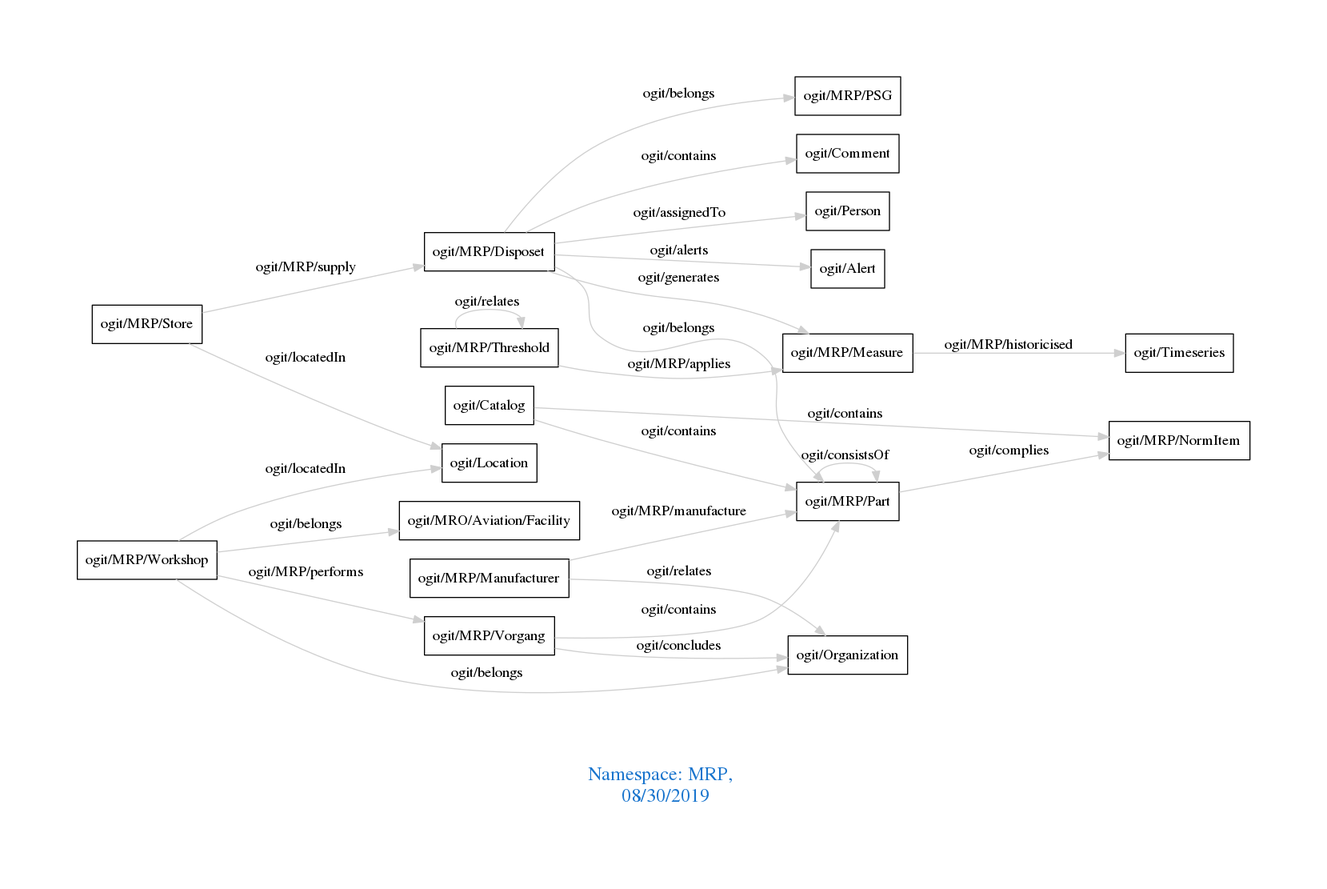
arago/OGIT keeps this Graphviz diagram as downloads/MRP.png. Above is the earlier version. Its source is kept beside it as downloads/MRP.dot.
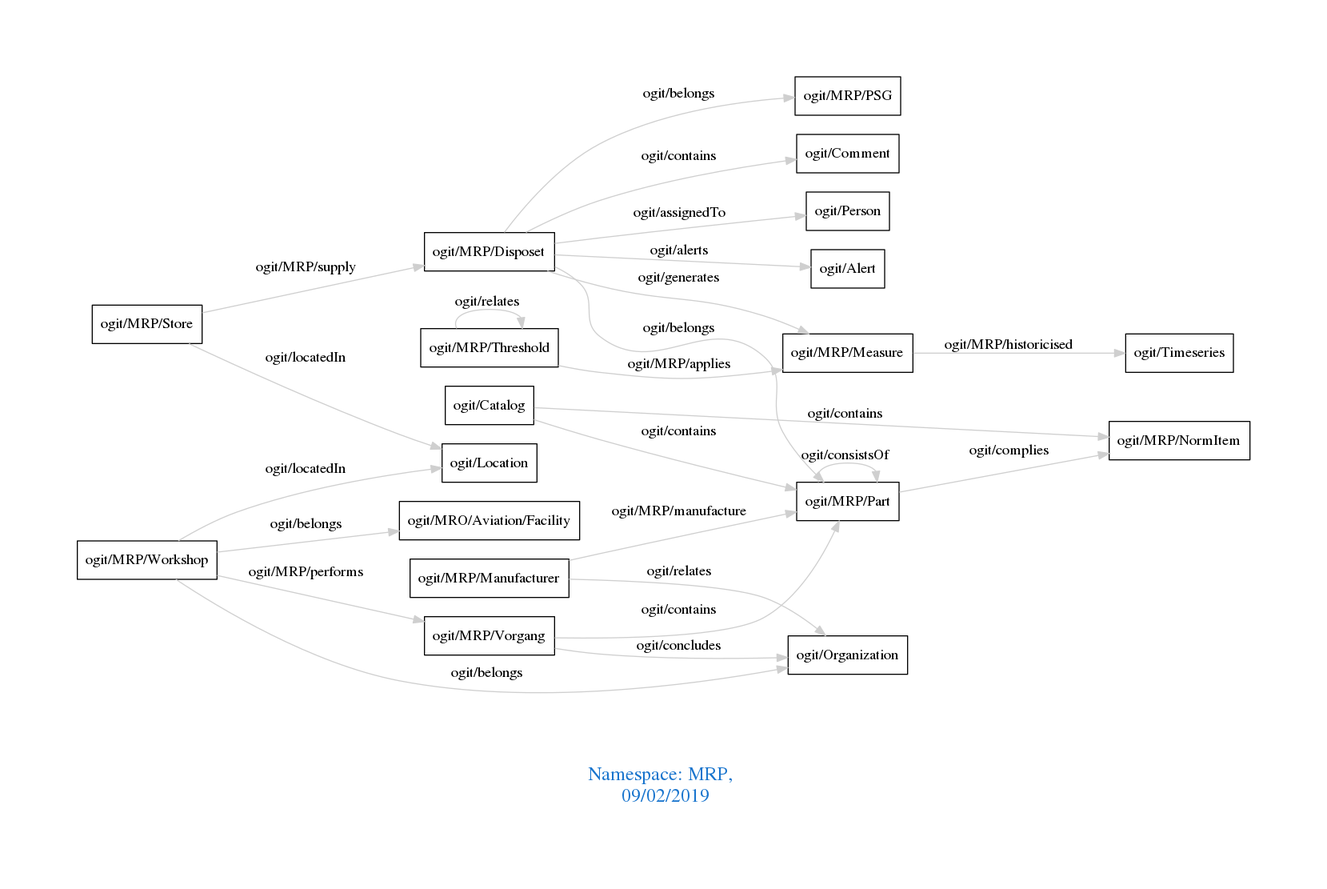
The same file after the commit.

Change to the diagram source:
```diff
@@ -1,7 +1,7 @@
 digraph OGIT_ontology {
  graph [ rankdir= LR,pad=1
 fontsize = 18,
-fontcolor= dodgerblue3,label = "\n\n\nNamespace: MRP, \n 08/30/2019"];
+fontcolor= dodgerblue3,label = "\n\n\nNamespace: MRP, \n 09/02/2019"];
 node[shape=polygon];
 edge [  color="gray81"];
 
```
